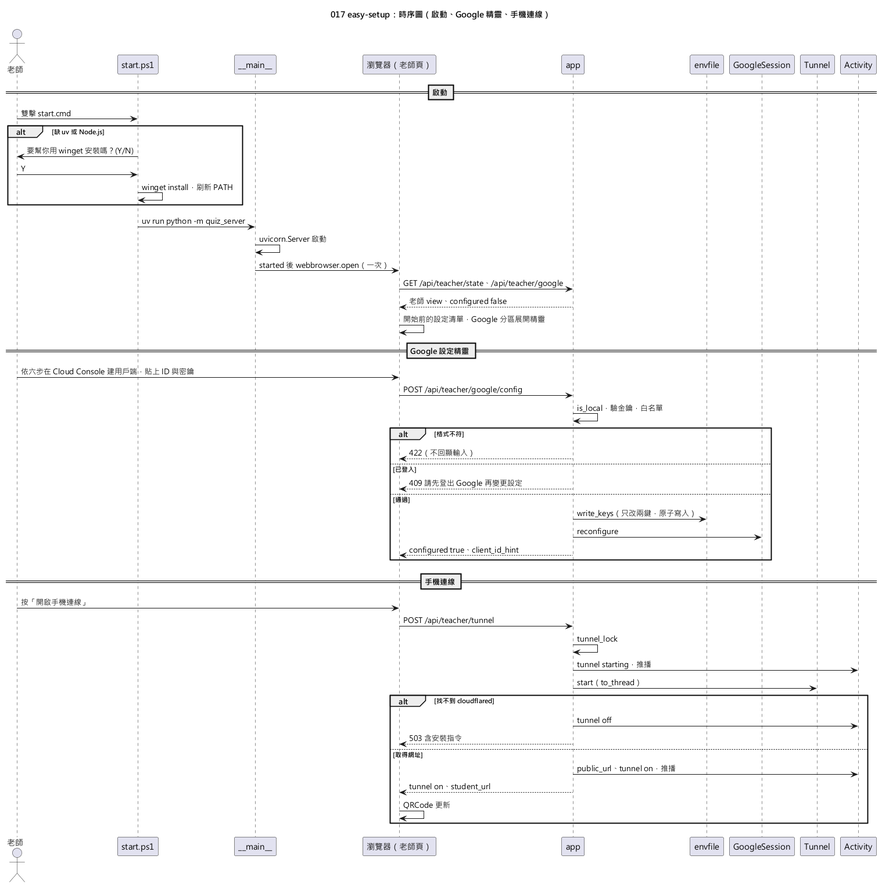
Earlier version of the PlantUML export diagrams/017-easy-setup-sequence.png (yue083139/software_fin-speckit). Its diagram source:
```plantuml
@startuml 017-easy-setup-sequence
skinparamlocked defaultFontName Microsoft JhengHei
title 017 easy-setup：時序圖（啟動、Google 精靈、手機連線）

actor 老師 as T
participant "start.ps1" as PS
participant "~__main__" as M
participant "瀏覽器（老師頁）" as B
participant "app" as A
participant "envfile" as E
participant "GoogleSession" as G
participant "Tunnel" as TN
participant "Activity" as ACT

== 啟動 ==
T -> PS : 雙擊 start.cmd
alt 缺 uv 或 Node.js
  PS -> T : 要幫你用 winget 安裝嗎？(Y/N)
  T -> PS : Y
  PS -> PS : winget install，刷新 PATH
end
PS -> M : uv run python -m quiz_server
M -> M : uvicorn.Server 啟動
M -> B : started 後 webbrowser.open（一次）
B -> A : GET /api/teacher/state、/api/teacher/google
A --> B : 老師 view、configured false
B -> B : 開始前的設定清單，Google 分區展開精靈

== Google 設定精靈 ==
T -> B : 依六步在 Cloud Console 建用戶端，貼上 ID 與密鑰
B -> A : POST /api/teacher/google/config
A -> A : is_local，驗金鑰，白名單
alt 格式不符
  A --> B : 422（不回顯輸入）
else 已登入
  A --> B : 409 請先登出 Google 再變更設定
else 通過
  A -> E : write_keys（只改兩鍵，原子寫入）
  A -> G : reconfigure
  A --> B : configured true、client_id_hint
end

== 手機連線 ==
T -> B : 按「開啟手機連線」
B -> A : POST /api/teacher/tunnel
A -> A : tunnel_lock
A -> ACT : tunnel starting，推播
A -> TN : start（to_thread）
alt 找不到 cloudflared
  A -> ACT : tunnel off
  A --> B : 503 含安裝指令
else 取得網址
  A -> ACT : public_url、tunnel on，推播
  A --> B : tunnel on、student_url
  B -> B : QRCode 更新
end
@enduml
```
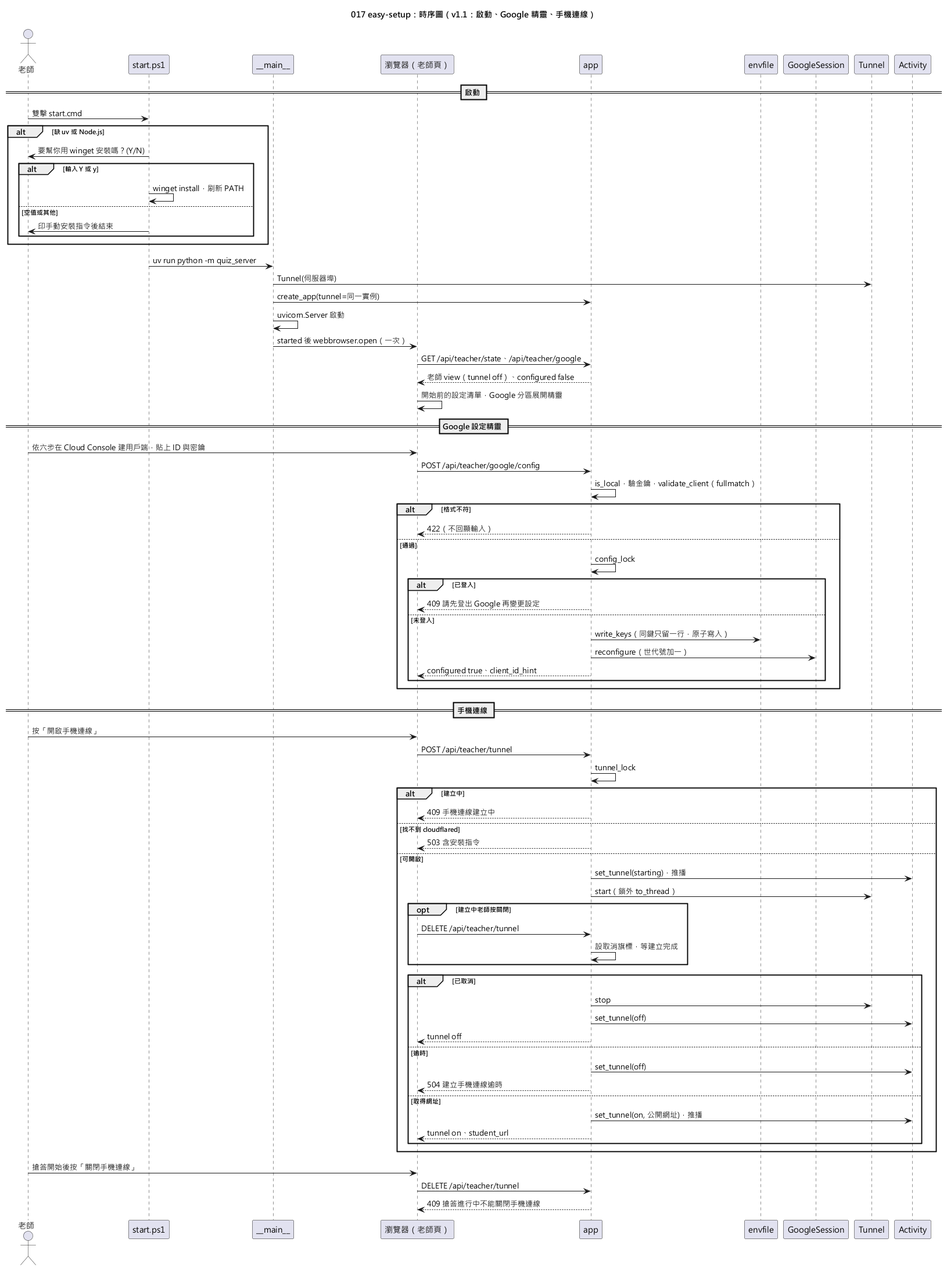
The same file after the commit.

Diff of the diagram source:
```diff
@@ -1,6 +1,6 @@
 @startuml 017-easy-setup-sequence
 skinparamlocked defaultFontName Microsoft JhengHei
-title 017 easy-setup：時序圖（啟動、Google 精靈、手機連線）
+title 017 easy-setup：時序圖（v1.1：啟動、Google 精靈、手機連線）
 
 actor 老師 as T
 participant "start.ps1" as PS
@@ -16,42 +16,66 @@
 T -> PS : 雙擊 start.cmd
 alt 缺 uv 或 Node.js
   PS -> T : 要幫你用 winget 安裝嗎？(Y/N)
-  T -> PS : Y
-  PS -> PS : winget install，刷新 PATH
+  alt 輸入 Y 或 y
+    PS -> PS : winget install，刷新 PATH
+  else 空值或其他
+    PS -> T : 印手動安裝指令後結束
+  end
 end
 PS -> M : uv run python -m quiz_server
+M -> TN : Tunnel(伺服器埠)
+M -> A : create_app(tunnel=同一實例)
 M -> M : uvicorn.Server 啟動
 M -> B : started 後 webbrowser.open（一次）
 B -> A : GET /api/teacher/state、/api/teacher/google
-A --> B : 老師 view、configured false
+A --> B : 老師 view（tunnel off）、configured false
 B -> B : 開始前的設定清單，Google 分區展開精靈
 
 == Google 設定精靈 ==
 T -> B : 依六步在 Cloud Console 建用戶端，貼上 ID 與密鑰
 B -> A : POST /api/teacher/google/config
-A -> A : is_local，驗金鑰，白名單
+A -> A : is_local，驗金鑰，validate_client（fullmatch）
 alt 格式不符
   A --> B : 422（不回顯輸入）
-else 已登入
-  A --> B : 409 請先登出 Google 再變更設定
 else 通過
-  A -> E : write_keys（只改兩鍵，原子寫入）
-  A -> G : reconfigure
-  A --> B : configured true、client_id_hint
+  A -> A : config_lock
+  alt 已登入
+    A --> B : 409 請先登出 Google 再變更設定
+  else 未登入
+    A -> E : write_keys（同鍵只留一行，原子寫入）
+    A -> G : reconfigure（世代號加一）
+    A --> B : configured true、client_id_hint
+  end
 end
 
 == 手機連線 ==
 T -> B : 按「開啟手機連線」
 B -> A : POST /api/teacher/tunnel
 A -> A : tunnel_lock
-A -> ACT : tunnel starting，推播
-A -> TN : start（to_thread）
-alt 找不到 cloudflared
-  A -> ACT : tunnel off
+alt 建立中
+  A --> B : 409 手機連線建立中
+else 找不到 cloudflared
   A --> B : 503 含安裝指令
-else 取得網址
-  A -> ACT : public_url、tunnel on，推播
-  A --> B : tunnel on、student_url
-  B -> B : QRCode 更新
+else 可開啟
+  A -> ACT : set_tunnel(starting)，推播
+  A -> TN : start（鎖外 to_thread）
+  opt 建立中老師按關閉
+    B -> A : DELETE /api/teacher/tunnel
+    A -> A : 設取消旗標，等建立完成
+  end
+  alt 已取消
+    A -> TN : stop
+    A -> ACT : set_tunnel(off)
+    A --> B : tunnel off
+  else 逾時
+    A -> ACT : set_tunnel(off)
+    A --> B : 504 建立手機連線逾時
+  else 取得網址
+    A -> ACT : set_tunnel(on, 公開網址)，推播
+    A --> B : tunnel on、student_url
+  end
 end
+T -> B : 搶答開始後按「關閉手機連線」
+B -> A : DELETE /api/teacher/tunnel
+A --> B : 409 搶答進行中不能關閉手機連線
 @enduml
```
